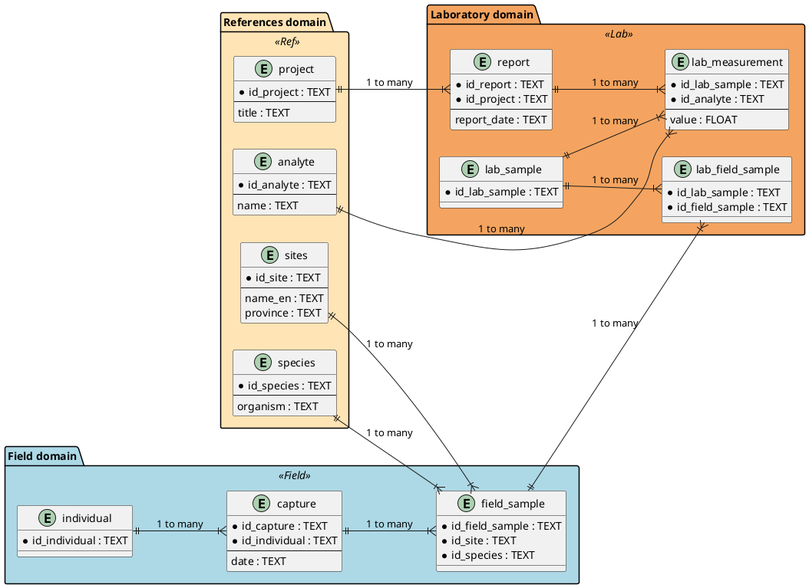
The PlantUML diagram img/db.png in ECCC-lavoie-ecotox/pres_plumes, before a commit. Its diagram source:
```plantuml
@startuml

left to right direction

skinparam package {
    BackgroundColor<<Lab>> SandyBrown
    BackgroundColor<<Ref>> Moccasin
    BackgroundColor<<Field>> LightBlue
}

package "Laboratory domain" <<Lab>> {
    entity lab_sample {
      * id_lab_sample : TEXT
    }

    entity report {
      * id_report : TEXT
      * id_project : TEXT
      --
      report_date : TEXT
    }

    entity lab_measurement {
      * id_lab_sample : TEXT
      * id_analyte : TEXT
      --
      value : FLOAT
    }

    entity lab_field_sample {
      * id_lab_sample : TEXT
      * id_field_sample : TEXT
    }
}

package "References domain" <<Ref>> {
    entity project {
      * id_project : TEXT
      --
      title : TEXT
    }

    entity sites {
      * id_site : TEXT
      --
      name_en : TEXT
      province : TEXT
    }

    entity species {
      * id_species : TEXT
      --
      organism : TEXT
    }

    entity analyte {
      * id_analyte : TEXT
      --
      name : TEXT
    }
}

package "Field domain" <<Field>> {
    entity individual {
      * id_individual : TEXT
    }

    entity capture {
      * id_capture : TEXT
      * id_individual : TEXT
      --
      date : TEXT
    }

    entity field_sample {
      * id_field_sample : TEXT
      * id_site : TEXT
      * id_species : TEXT
    }
}

lab_sample ||--|{ lab_measurement : "1 to many"
analyte ||--|{ lab_measurement : "1 to many"
report ||--|{ lab_measurement : "1 to many"

individual ||--|{ capture : "1 to many"
capture ||--|{ field_sample : "1 to many"
sites ||--|{ field_sample : "1 to many"
species ||--|{ field_sample : "1 to many"

field_sample ||--|{ lab_field_sample : "1 to many"
lab_sample ||--|{ lab_field_sample : "1 to many"

project ||--|{ report : "1 to many"

@enduml
```
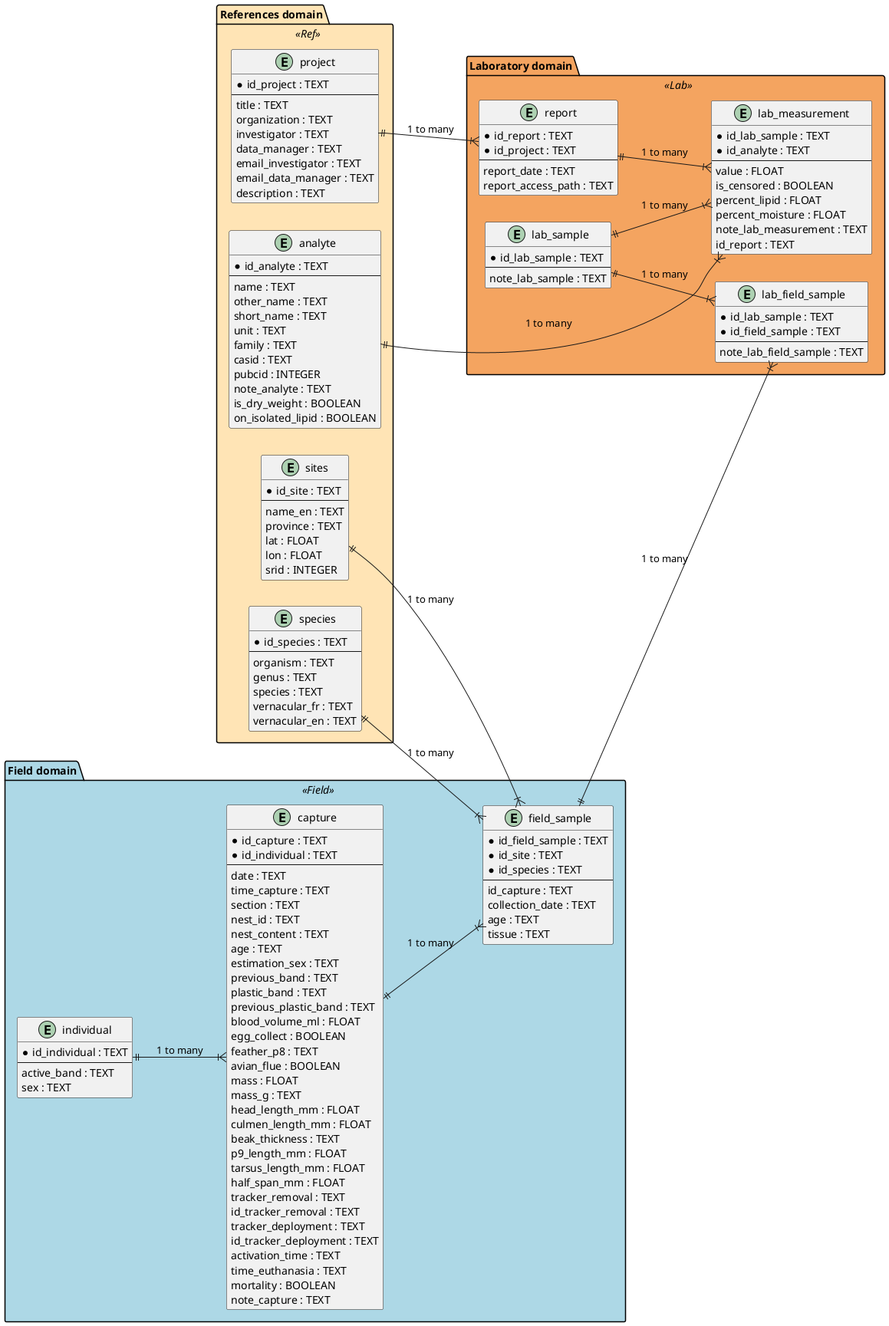
After the commit.

Commit message:
Update full db diagram

Diff of the diagram source:
```diff
@@ -11,6 +11,8 @@
 package "Laboratory domain" <<Lab>> {
     entity lab_sample {
       * id_lab_sample : TEXT
+      --
+      note_lab_sample : TEXT
     }
 
     entity report {
@@ -18,6 +20,7 @@
       * id_project : TEXT
       --
       report_date : TEXT
+      report_access_path : TEXT
     }
 
     entity lab_measurement {
@@ -25,11 +28,18 @@
       * id_analyte : TEXT
       --
       value : FLOAT
+      is_censored : BOOLEAN
+      percent_lipid : FLOAT
+      percent_moisture : FLOAT
+      note_lab_measurement : TEXT
+      id_report : TEXT
     }
 
     entity lab_field_sample {
       * id_lab_sample : TEXT
       * id_field_sample : TEXT
+      --
+      note_lab_field_sample : TEXT
     }
 }
 
@@ -38,6 +48,12 @@
       * id_project : TEXT
       --
       title : TEXT
+      organization : TEXT
+      investigator : TEXT
+      data_manager : TEXT
+      email_investigator : TEXT
+      email_data_manager : TEXT
+      description : TEXT
     }
 
     entity sites {
@@ -45,24 +61,43 @@
       --
       name_en : TEXT
       province : TEXT
+      lat : FLOAT
+      lon : FLOAT
+      srid : INTEGER
     }
 
     entity species {
       * id_species : TEXT
       --
       organism : TEXT
+      genus : TEXT
+      species : TEXT
+      vernacular_fr : TEXT
+      vernacular_en : TEXT
     }
 
     entity analyte {
       * id_analyte : TEXT
       --
       name : TEXT
+      other_name : TEXT
+      short_name : TEXT
+      unit : TEXT
+      family : TEXT
+      casid : TEXT
+      pubcid : INTEGER
+      note_analyte : TEXT
+      is_dry_weight : BOOLEAN
+      on_isolated_lipid : BOOLEAN
     }
 }
 
 package "Field domain" <<Field>> {
     entity individual {
       * id_individual : TEXT
+      --
+      active_band : TEXT
+      sex : TEXT
     }
 
     entity capture {
@@ -70,12 +105,46 @@
       * id_individual : TEXT
       --
       date : TEXT
+      time_capture : TEXT
+      section : TEXT
+      nest_id : TEXT
+      nest_content : TEXT
+      age : TEXT
+      estimation_sex : TEXT
+      previous_band : TEXT
+      plastic_band : TEXT
+      previous_plastic_band : TEXT
+      blood_volume_ml : FLOAT
+      egg_collect : BOOLEAN
+      feather_p8 : TEXT
+      avian_flue : BOOLEAN
+      mass : FLOAT
+      mass_g : TEXT
+      head_length_mm : FLOAT
+      culmen_length_mm : FLOAT
+      beak_thickness : TEXT
+      p9_length_mm : FLOAT
+      tarsus_length_mm : FLOAT
+      half_span_mm : FLOAT
+      tracker_removal : TEXT
+      id_tracker_removal : TEXT
+      tracker_deployment : TEXT
+      id_tracker_deployment : TEXT
+      activation_time : TEXT
+      time_euthanasia : TEXT
+      mortality : BOOLEAN
+      note_capture : TEXT
     }
 
     entity field_sample {
       * id_field_sample : TEXT
       * id_site : TEXT
       * id_species : TEXT
+      --
+      id_capture : TEXT
+      collection_date : TEXT
+      age : TEXT
+      tissue : TEXT
     }
 }
 
```
